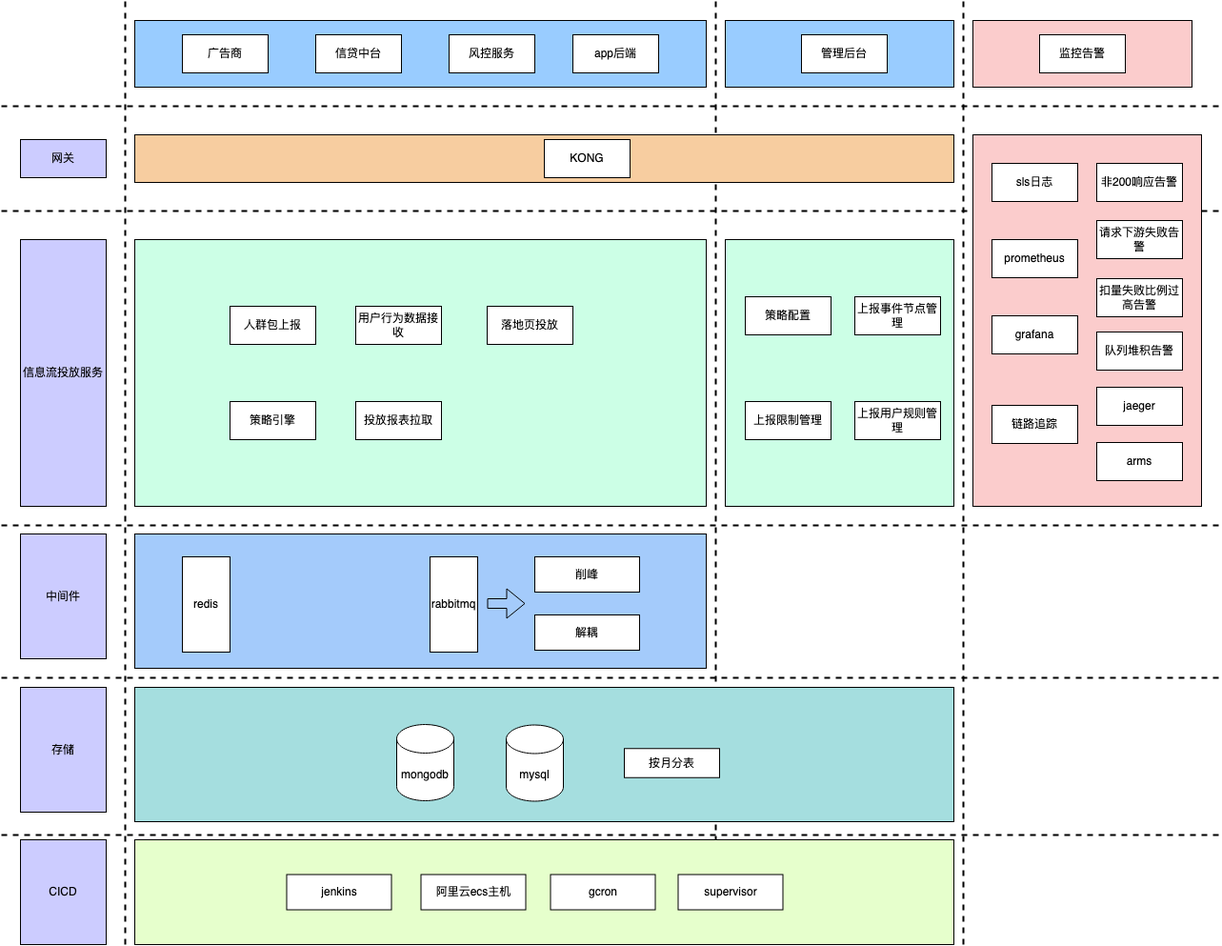
yuanlj-tea/picgo keeps this draw.io diagram as 信息流投放架构.png. Above is the earlier version. Source tidied: cells renumbered, new cells last; positions are measured from the earlier drawing's top-left corner, leaving out a move shared by most shapes.
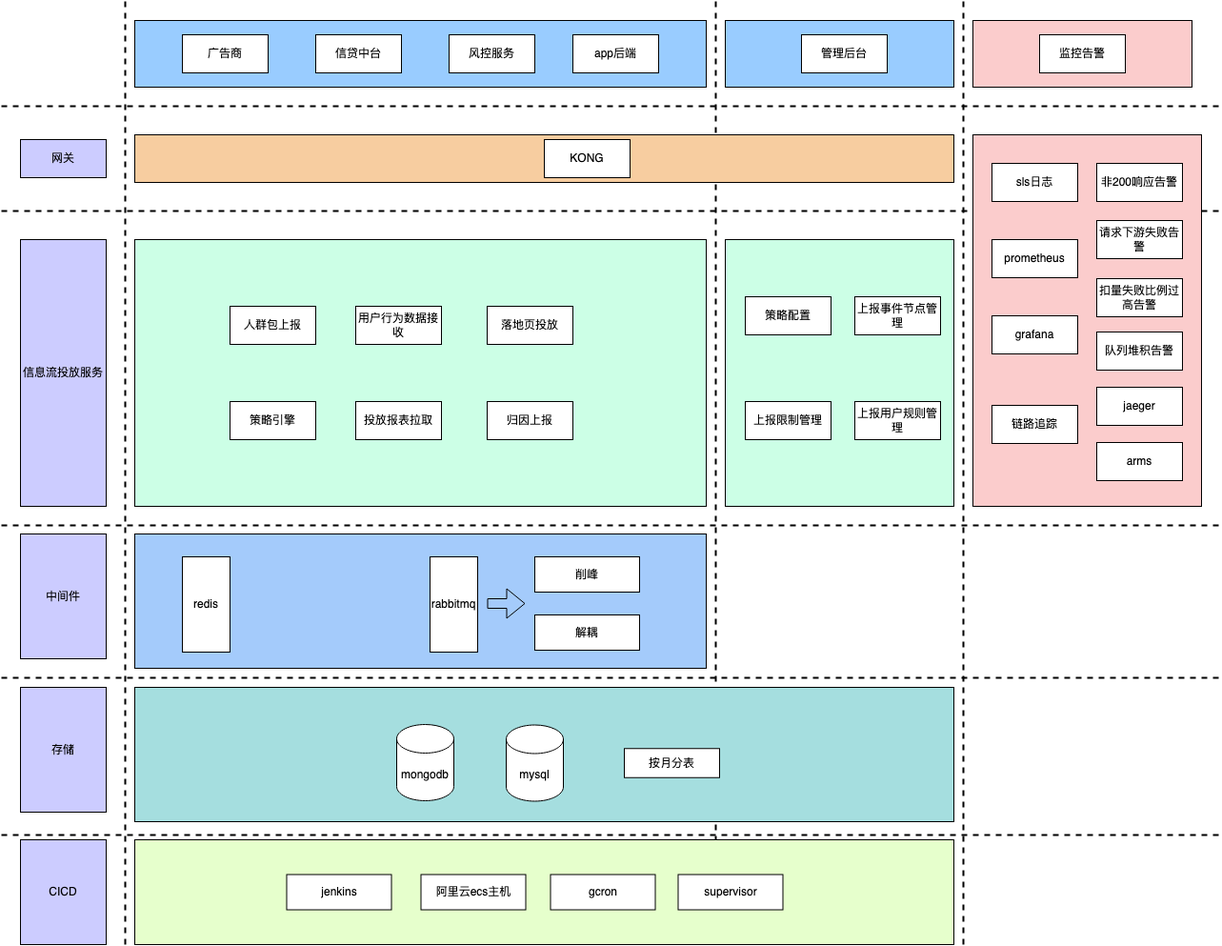
Later version of the same file.

Commit message:
更新信息流投放架构.png

What changed in the source:
```diff
@@ -212,5 +212,8 @@
     <mxCell id="62" value="supervisor" style="rounded=0;whiteSpace=wrap;html=1;" parent="1" vertex="1">
       <mxGeometry x="710.5" y="916.5" width="110" height="37" as="geometry" />
     </mxCell>
+    <mxCell id="63" value="归因上报" style="rounded=0;whiteSpace=wrap;html=1;" parent="1" vertex="1">
+      <mxGeometry x="510" y="420" width="90" height="40" as="geometry" />
+    </mxCell>
   </root>
 </mxGraphModel>
```
